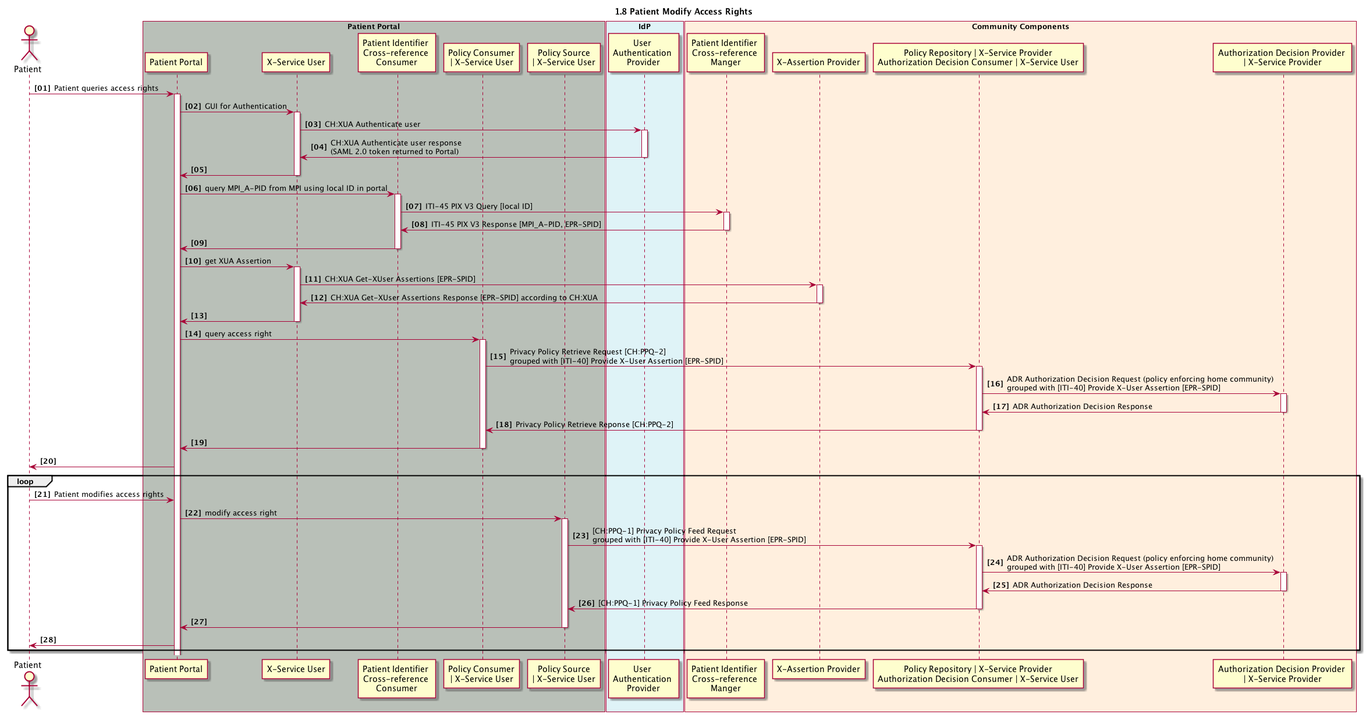
The PlantUML diagram 1_08_EPR_PatientModifyAccessRights.plantuml.png in ahdis/ch-epr-seqdiag, before a commit.
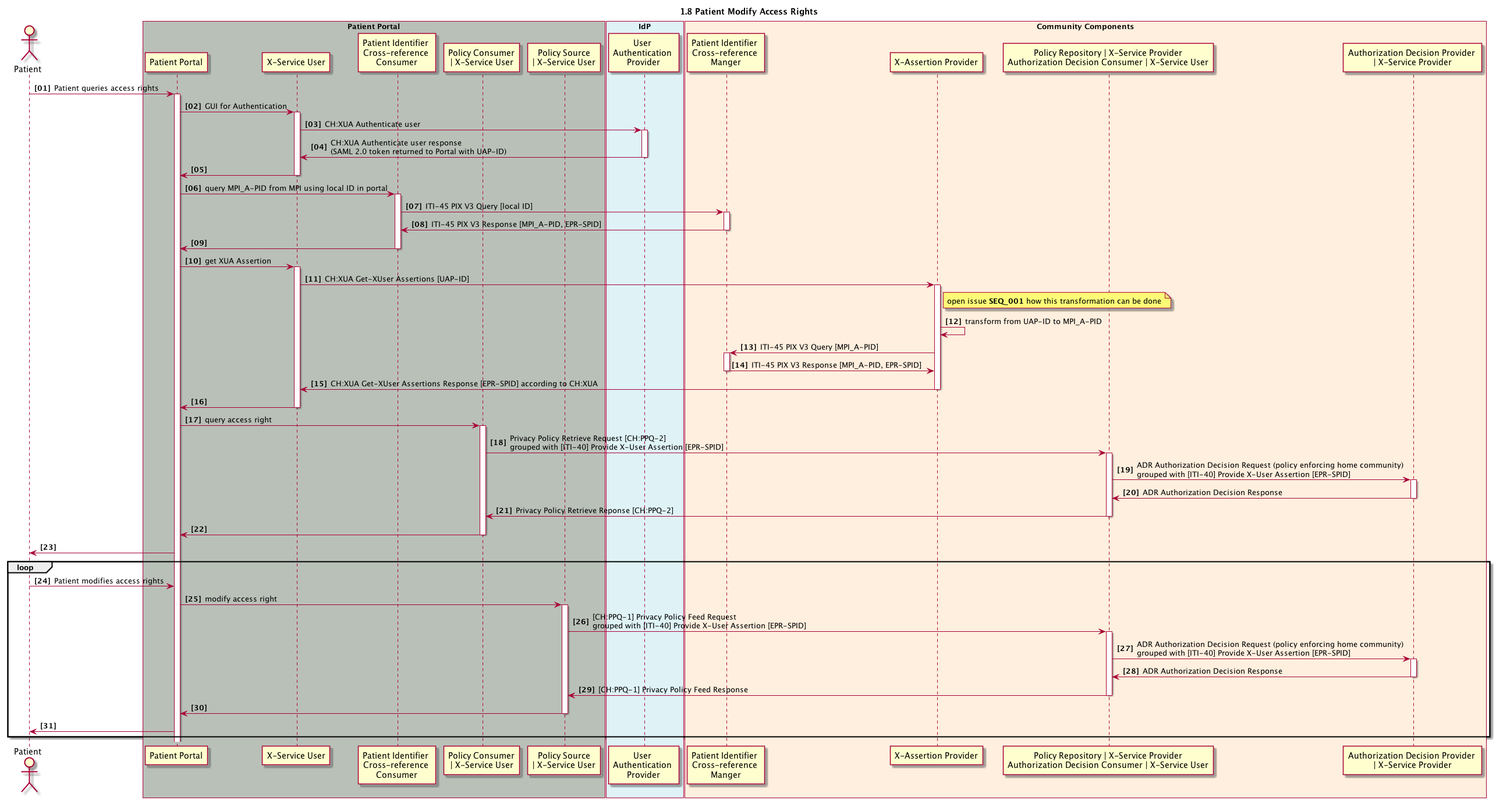
The same file after the commit.

What changed in the source:
```diff
@@ -31,7 +31,7 @@
 activate pp_x_service_user
 pp_x_service_user -> idp_user_authentication_provider : CH:XUA Authenticate user
 activate idp_user_authentication_provider
-pp_x_service_user <- idp_user_authentication_provider : CH:XUA Authenticate user response \n(SAML 2.0 token returned to Portal)
+pp_x_service_user <- idp_user_authentication_provider : CH:XUA Authenticate user response \n(SAML 2.0 token returned to Portal with UAP-ID)
 deactivate idp_user_authentication_provider
 pp_gui <- pp_x_service_user
 deactivate pp_x_service_user
@@ -47,8 +47,14 @@
 
 pp_gui -> pp_x_service_user : get XUA Assertion
 activate pp_x_service_user
-pp_x_service_user -> cc_x_assertion_provider: CH:XUA Get-XUser Assertions [EPR-SPID]
+pp_x_service_user -> cc_x_assertion_provider: CH:XUA Get-XUser Assertions [UAP-ID]
 activate cc_x_assertion_provider
+note right cc_x_assertion_provider: open issue <b>SEQ_001</b> how this transformation can be done
+cc_x_assertion_provider -> cc_x_assertion_provider: transform from UAP-ID to MPI_A-PID
+cc_x_assertion_provider -> cc_mpi_x_ref_manager: ITI-45 PIX V3 Query [MPI_A-PID]
+activate cc_mpi_x_ref_manager
+cc_x_assertion_provider <- cc_mpi_x_ref_manager: ITI-45 PIX V3 Response [MPI_A-PID, EPR-SPID]
+deactivate cc_mpi_x_ref_manager
 pp_x_service_user <- cc_x_assertion_provider: CH:XUA Get-XUser Assertions Response [EPR-SPID] according to CH:XUA
 deactivate cc_x_assertion_provider
 pp_gui <- pp_x_service_user
```
